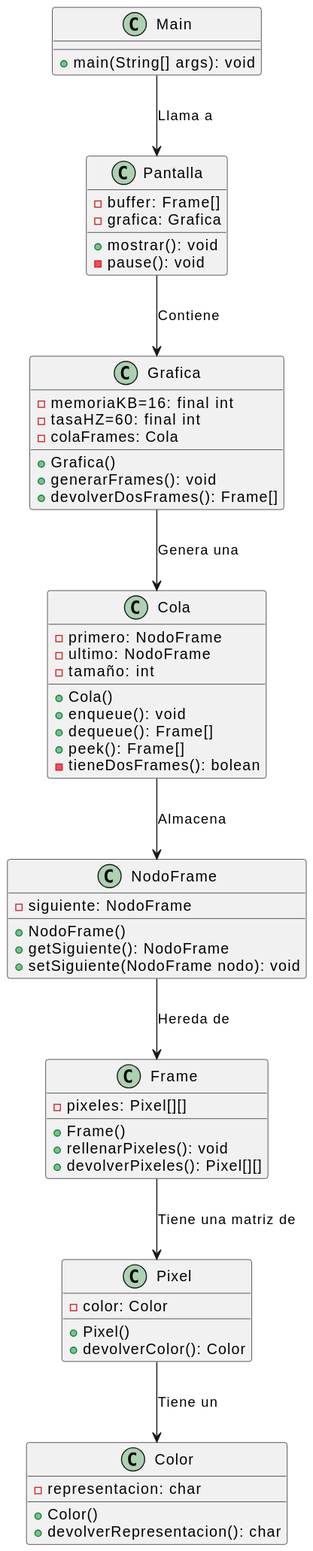
This is entregas/lopezMartin/reto001/diagramas/diagramaEjercicio1/diagramaEjercicio1.svg from mmasias/24-25-EDA2, a PlantUML export, as it was before one commit. Source of this version:
```plantuml
@startuml
class Main{
    +main(String[] args): void
}

class Pantalla {
    -buffer: Frame[]
    -grafica: Grafica
    +mostrar(): void
    -pause(): void
}

class Grafica {
    -memoriaKB=16: final int
    -tasaHZ=60: final int
    -colaFrames: Cola
    +Grafica()
    +generarFrames(): void
    +devolverDosFrames(): Frame[]
}

class Cola {
    -primero: NodoFrame
    -ultimo: NodoFrame
    -tamaño: int
    +Cola()
    +enqueue(): void
    +dequeue(): Frame[]
    +peek(): Frame[]
    -tieneDosFrames(): bolean
}

class NodoFrame {
    -siguiente: NodoFrame
    +NodoFrame()
    +getSiguiente(): NodoFrame
    +setSiguiente(NodoFrame nodo): void
}

class Frame {
    -pixeles: Pixel[][]
    +Frame()
    +rellenarPixeles(): void
    +devolverPixeles(): Pixel[][]
}

class Pixel {
    -color: Color
    +Pixel()
    +devolverColor(): Color
}

class Color {
    -representacion: char
    +Color()
    +devolverRepresentacion(): char
}

Main --> Pantalla: "Llama a"
Pantalla --> Grafica: "Contiene"
Grafica --> Cola: "Genera una"
Cola --> NodoFrame: "Almacena"
NodoFrame --> Frame: "Hereda de"
Frame --> Pixel: "Tiene una matriz de"
Pixel --> Color: "Tiene un"
@enduml
```
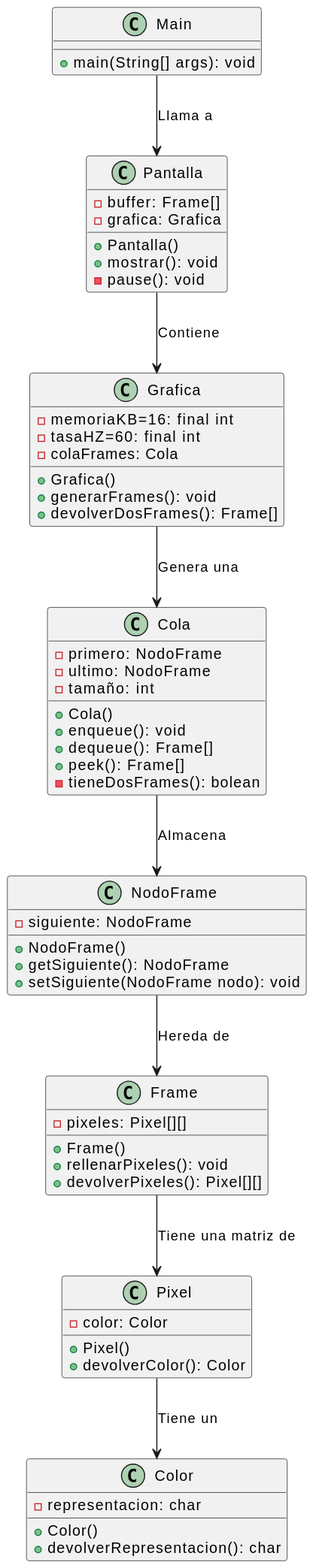
After the commit.

Commit message:
implementacion ejercicio 2, codigo ejercicio 2 y correccion digrama ejercicio 1

Change to the diagram source:
```diff
@@ -6,6 +6,7 @@
 class Pantalla {
     -buffer: Frame[]
     -grafica: Grafica
+    +Pantalla()
     +mostrar(): void
     -pause(): void
 }
```
